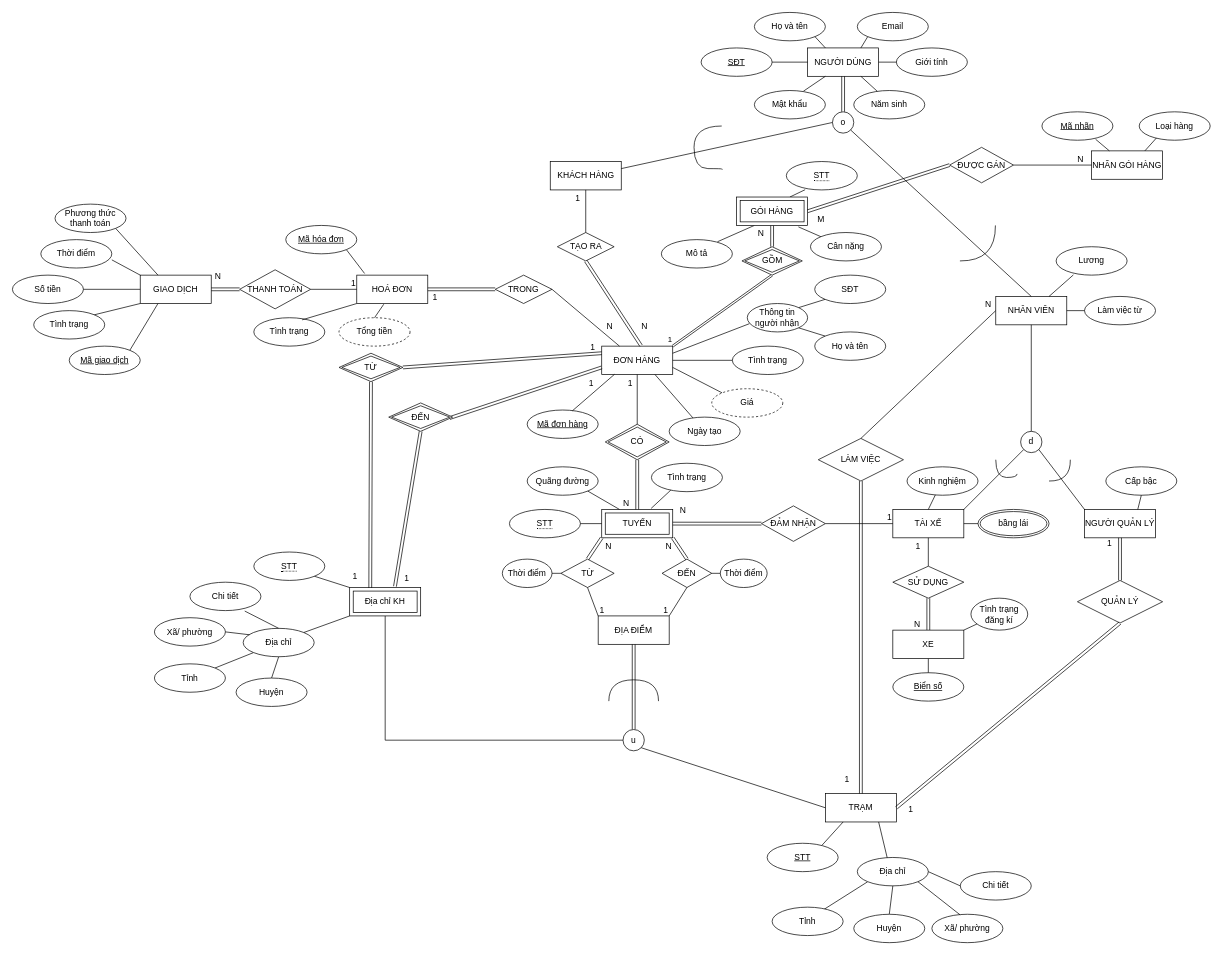
Above: db-assignment.drawio in blueonline07/auth-demo (draw.io), before the change. Source tidied: cells renumbered, new cells numbered last; positions are measured from the earlier drawing's top-left corner, leaving out a move shared by most shapes. Both pictures are drawn from the tidied source at 71%, with x=0, y=0 at pixel (12, 12).
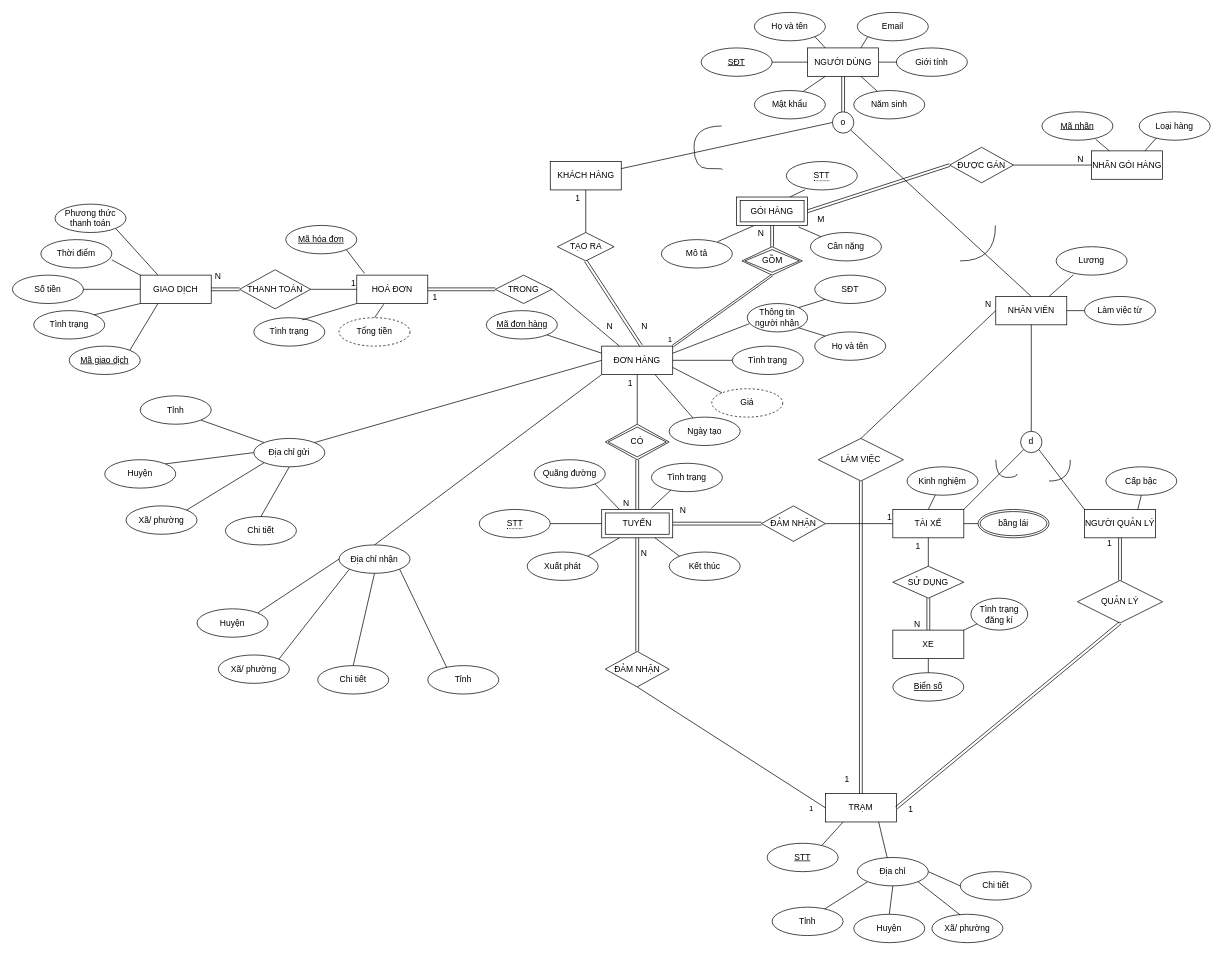
The same diagram, later.

The change refers to these unchanged cells:
```xml
<mxCell id="7" value="ĐƠN HÀNG" style="whiteSpace=wrap;html=1;align=center;" parent="1" vertex="1">
  <mxGeometry x="830" y="470" width="100" height="40" as="geometry" />
</mxCell>
<mxCell id="8" value="TUYẾN" style="shape=ext;margin=3;double=1;whiteSpace=wrap;html=1;align=center;" parent="1" vertex="1">
  <mxGeometry x="830" y="700" width="100" height="40" as="geometry" />
</mxCell>
<mxCell id="10" value="TRẠM" style="whiteSpace=wrap;html=1;align=center;" parent="1" vertex="1">
  <mxGeometry x="1145" y="1100.2" width="100" height="40" as="geometry" />
</mxCell>
```

Diff of the diagram source:
```diff
@@
-    <mxCell id="9" value="ĐỊA ĐIỂM" style="whiteSpace=wrap;html=1;align=center;" parent="1" vertex="1">
-      <mxGeometry x="825" y="850" width="100" height="40" as="geometry" />
-    </mxCell>
@@
-    <mxCell id="15" value="TỪ" style="shape=rhombus;perimeter=rhombusPerimeter;whiteSpace=wrap;html=1;align=center;" parent="1" vertex="1">
-      <mxGeometry x="772.5" y="770" width="75" height="40" as="geometry" />
-    </mxCell>
-    <mxCell id="16" value="ĐẾN" style="shape=rhombus;perimeter=rhombusPerimeter;whiteSpace=wrap;html=1;align=center;" parent="1" vertex="1">
-      <mxGeometry x="915" y="770" width="70" height="40" as="geometry" />
-    </mxCell>
-    <mxCell id="17" style="shape=link;html=1;rounded=0;entryX=0;entryY=1;entryDx=0;entryDy=0;exitX=0.5;exitY=0;exitDx=0;exitDy=0;" parent="1" edge="1" source="15" target="8">
-      <mxGeometry relative="1" as="geometry" />
-    </mxCell>
-    <mxCell id="18" value="N" style="html=1;whiteSpace=wrap;align=right;verticalAlign=bottom;" parent="17" vertex="1">
-      <mxGeometry x="1" relative="1" as="geometry">
-        <mxPoint x="15" y="20" as="offset" />
-      </mxGeometry>
-    </mxCell>
-    <mxCell id="19" style="shape=link;html=1;rounded=0;entryX=1;entryY=1;entryDx=0;entryDy=0;exitX=0.5;exitY=0;exitDx=0;exitDy=0;" parent="1" edge="1" source="16" target="8">
-      <mxGeometry relative="1" as="geometry" />
-    </mxCell>
-    <mxCell id="20" value="N" style="html=1;whiteSpace=wrap;align=right;verticalAlign=bottom;" parent="19" vertex="1">
-      <mxGeometry x="1" relative="1" as="geometry">
-        <mxPoint y="20" as="offset" />
-      </mxGeometry>
-    </mxCell>
-    <mxCell id="21" style="endArrow=none;html=1;rounded=0;entryX=0;entryY=0;entryDx=0;entryDy=0;exitX=0.5;exitY=1;exitDx=0;exitDy=0;" parent="1" edge="1" source="15" target="9">
-      <mxGeometry relative="1" as="geometry" />
-    </mxCell>
-    <mxCell id="22" value="1" style="html=1;whiteSpace=wrap;align=right;verticalAlign=bottom;" parent="21" vertex="1">
-      <mxGeometry x="1" relative="1" as="geometry">
-        <mxPoint x="10" as="offset" />
-      </mxGeometry>
-    </mxCell>
-    <mxCell id="23" style="endArrow=none;html=1;rounded=0;entryX=1;entryY=0;entryDx=0;entryDy=0;exitX=0.5;exitY=1;exitDx=0;exitDy=0;" parent="1" edge="1" source="16" target="9">
-      <mxGeometry relative="1" as="geometry" />
-    </mxCell>
-    <mxCell id="24" value="1" style="html=1;whiteSpace=wrap;align=right;verticalAlign=bottom;" parent="23" vertex="1">
-      <mxGeometry x="1" relative="1" as="geometry" />
-    </mxCell>
@@
-    <mxCell id="58" style="shape=link;html=1;rounded=0;exitX=0.5;exitY=0;exitDx=0;exitDy=0;entryX=0.5;entryY=1;entryDx=0;entryDy=0;" parent="1" edge="1" source="59" target="9">
-      <mxGeometry relative="1" as="geometry" />
-    </mxCell>
-    <mxCell id="59" value="u" style="ellipse;whiteSpace=wrap;html=1;" parent="1" vertex="1">
-      <mxGeometry x="860" y="1010" width="30" height="30" as="geometry" />
-    </mxCell>
-    <mxCell id="60" style="endArrow=none;html=1;rounded=0;entryX=0;entryY=0.5;entryDx=0;entryDy=0;exitX=0.5;exitY=1;exitDx=0;exitDy=0;" parent="1" edge="1" source="126" target="59">
-      <mxGeometry relative="1" as="geometry">
-        <Array as="points">
-          <mxPoint x="525" y="1025" />
-        </Array>
-      </mxGeometry>
-    </mxCell>
-    <mxCell id="61" style="endArrow=none;html=1;rounded=0;entryX=1;entryY=1;entryDx=0;entryDy=0;exitX=0;exitY=0.5;exitDx=0;exitDy=0;" parent="1" edge="1" source="10" target="59">
+    <mxCell id="61" style="endArrow=none;html=1;rounded=0;entryX=0.5;entryY=1;entryDx=0;entryDy=0;exitX=0;exitY=0.5;exitDx=0;exitDy=0;" parent="1" edge="1" source="10" target="207">
       <mxGeometry relative="1" as="geometry" />
     </mxCell>
+    <mxCell id="206" value="1" style="edgeLabel;html=1;align=center;verticalAlign=middle;" parent="61" vertex="1">
+      <mxGeometry x="-0.87" y="3" relative="1" as="geometry">
+        <mxPoint x="-2" y="9" as="offset" />
+      </mxGeometry>
+    </mxCell>
@@
     <mxCell id="77" value="Mã đơn hàng" style="ellipse;whiteSpace=wrap;html=1;align=center;fontStyle=4;" parent="1" vertex="1">
-      <mxGeometry x="725" y="560" width="100" height="40" as="geometry" />
+      <mxGeometry x="667.5" y="420" width="100" height="40" as="geometry" />
     </mxCell>
-    <mxCell id="78" style="endArrow=none;html=1;rounded=0;entryX=0.636;entryY=0.029;entryDx=0;entryDy=0;exitX=0.18;exitY=0.993;exitDx=0;exitDy=0;entryPerimeter=0;exitPerimeter=0;" parent="1" edge="1" source="7" target="77">
+    <mxCell id="78" style="endArrow=none;html=1;rounded=0;entryX=1;entryY=1;entryDx=0;entryDy=0;exitX=0;exitY=0.25;exitDx=0;exitDy=0;" parent="1" edge="1" source="7" target="77">
       <mxGeometry relative="1" as="geometry" />
     </mxCell>
@@
     <mxCell id="95" value="&lt;span style=&quot;border-bottom: 1px dotted&quot;&gt;STT&lt;/span&gt;" style="ellipse;whiteSpace=wrap;html=1;align=center;" parent="1" vertex="1">
-      <mxGeometry x="700" y="700" width="100" height="40" as="geometry" />
+      <mxGeometry x="657.5" y="700" width="100" height="40" as="geometry" />
     </mxCell>
@@
-    <mxCell id="97" value="Thời điểm" style="ellipse;whiteSpace=wrap;html=1;align=center;" parent="1" vertex="1">
-      <mxGeometry x="690" y="770" width="70" height="40" as="geometry" />
-    </mxCell>
-    <mxCell id="98" style="endArrow=none;html=1;rounded=0;entryX=0;entryY=0.5;entryDx=0;entryDy=0;exitX=1;exitY=0.5;exitDx=0;exitDy=0;" parent="1" edge="1" source="97" target="15">
-      <mxGeometry relative="1" as="geometry" />
-    </mxCell>
-    <mxCell id="99" value="Thời điểm" style="ellipse;whiteSpace=wrap;html=1;align=center;" parent="1" vertex="1">
-      <mxGeometry x="997" y="770" width="66" height="40" as="geometry" />
-    </mxCell>
-    <mxCell id="100" style="endArrow=none;html=1;rounded=0;entryX=0;entryY=0.5;entryDx=0;entryDy=0;exitX=1;exitY=0.5;exitDx=0;exitDy=0;" parent="1" edge="1" source="16" target="99">
-      <mxGeometry relative="1" as="geometry" />
-    </mxCell>
@@
-    <mxCell id="112" style="endArrow=none;html=1;rounded=0;entryX=0;entryY=1;entryDx=0;entryDy=0;exitX=1;exitY=0;exitDx=0;exitDy=0;" parent="1" edge="1" source="113" target="115">
-      <mxGeometry relative="1" as="geometry" />
-    </mxCell>
-    <mxCell id="113" value="Tỉnh" style="ellipse;whiteSpace=wrap;html=1;align=center;" parent="1" vertex="1">
-      <mxGeometry x="200" y="917.5" width="100" height="40" as="geometry" />
-    </mxCell>
@@
-    <mxCell id="115" value="Địa chỉ" style="ellipse;whiteSpace=wrap;html=1;align=center;" parent="1" vertex="1">
-      <mxGeometry x="325" y="867.5" width="100" height="40" as="geometry" />
-    </mxCell>
-    <mxCell id="116" style="endArrow=none;html=1;rounded=0;entryX=0.5;entryY=0;entryDx=0;entryDy=0;exitX=0.5;exitY=1;exitDx=0;exitDy=0;" parent="1" edge="1" source="115" target="128">
-      <mxGeometry relative="1" as="geometry" />
-    </mxCell>
@@
     <mxCell id="123" value="Quãng đường" style="ellipse;whiteSpace=wrap;html=1;align=center;" parent="1" vertex="1">
-      <mxGeometry x="725" y="640" width="100" height="40" as="geometry" />
+      <mxGeometry x="735" y="630" width="100" height="40" as="geometry" />
     </mxCell>
@@
-    <mxCell id="126" value="Địa chỉ KH" style="shape=ext;margin=3;double=1;whiteSpace=wrap;html=1;align=center;" parent="1" vertex="1">
-      <mxGeometry x="475" y="810" width="100" height="40" as="geometry" />
-    </mxCell>
@@
-    <mxCell id="128" value="Huyện" style="ellipse;whiteSpace=wrap;html=1;align=center;" parent="1" vertex="1">
-      <mxGeometry x="315" y="937.5" width="100" height="40" as="geometry" />
-    </mxCell>
-    <mxCell id="129" value="Xã/ phường" style="ellipse;whiteSpace=wrap;html=1;align=center;" parent="1" vertex="1">
-      <mxGeometry x="200" y="852.5" width="100" height="40" as="geometry" />
-    </mxCell>
-    <mxCell id="130" style="endArrow=none;html=1;rounded=0;entryX=1;entryY=0.5;entryDx=0;entryDy=0;exitX=0.09;exitY=0.226;exitDx=0;exitDy=0;exitPerimeter=0;" parent="1" edge="1" source="115" target="129">
-      <mxGeometry relative="1" as="geometry" />
-    </mxCell>
-    <mxCell id="131" value="Chi tiết" style="ellipse;whiteSpace=wrap;html=1;align=center;" parent="1" vertex="1">
-      <mxGeometry x="250" y="802.5" width="100" height="40" as="geometry" />
-    </mxCell>
-    <mxCell id="132" style="endArrow=none;html=1;rounded=0;entryX=0.772;entryY=1.016;entryDx=0;entryDy=0;exitX=0.5;exitY=0;exitDx=0;exitDy=0;entryPerimeter=0;" parent="1" edge="1" source="115" target="131">
-      <mxGeometry relative="1" as="geometry" />
-    </mxCell>
@@
-    <mxCell id="142" style="endArrow=none;html=1;rounded=0;edgeStyle=orthogonalEdgeStyle;curved=1;" parent="1" edge="1">
-      <mxGeometry relative="1" as="geometry">
-        <mxPoint x="840" y="970" as="sourcePoint" />
-        <mxPoint x="910" y="970" as="targetPoint" />
-        <Array as="points">
-          <mxPoint x="839.5" y="940" />
-          <mxPoint x="909.5" y="940" />
-        </Array>
-      </mxGeometry>
-    </mxCell>
-    <mxCell id="143" style="shape=link;html=1;rounded=0;exitX=1;exitY=0.5;exitDx=0;exitDy=0;entryX=0;entryY=0.25;entryDx=0;entryDy=0;" parent="1" edge="1" source="199" target="7">
-      <mxGeometry relative="1" as="geometry" />
-    </mxCell>
-    <mxCell id="144" value="1" style="html=1;whiteSpace=wrap;align=right;verticalAlign=bottom;" parent="143" vertex="1">
-      <mxGeometry x="1" relative="1" as="geometry">
-        <mxPoint x="-8" as="offset" />
-      </mxGeometry>
-    </mxCell>
-    <mxCell id="145" style="shape=link;html=1;rounded=0;entryX=0;entryY=0.75;entryDx=0;entryDy=0;exitX=0.951;exitY=0.535;exitDx=0;exitDy=0;exitPerimeter=0;" parent="1" edge="1" source="200" target="7">
-      <mxGeometry relative="1" as="geometry" />
-    </mxCell>
-    <mxCell id="146" value="1" style="html=1;whiteSpace=wrap;align=right;verticalAlign=bottom;" parent="145" vertex="1">
-      <mxGeometry x="1" relative="1" as="geometry">
-        <mxPoint x="-10" y="30" as="offset" />
-      </mxGeometry>
-    </mxCell>
-    <mxCell id="147" style="endArrow=none;html=1;rounded=0;entryX=0;entryY=1;entryDx=0;entryDy=0;exitX=1;exitY=0;exitDx=0;exitDy=0;" parent="1" edge="1" source="115" target="126">
-      <mxGeometry relative="1" as="geometry" />
-    </mxCell>
@@
-    <mxCell id="158" style="shape=link;html=1;rounded=0;exitX=0.5;exitY=1;exitDx=0;exitDy=0;entryX=0.29;entryY=0.013;entryDx=0;entryDy=0;entryPerimeter=0;" parent="1" edge="1" source="199" target="126">
-      <mxGeometry relative="1" as="geometry" />
-    </mxCell>
-    <mxCell id="159" value="1" style="html=1;whiteSpace=wrap;align=right;verticalAlign=bottom;" parent="158" vertex="1">
-      <mxGeometry x="1" relative="1" as="geometry">
-        <mxPoint x="-17" y="-9" as="offset" />
-      </mxGeometry>
-    </mxCell>
-    <mxCell id="160" style="shape=link;html=1;rounded=0;entryX=0.638;entryY=-0.038;entryDx=0;entryDy=0;entryPerimeter=0;exitX=0.5;exitY=1;exitDx=0;exitDy=0;" parent="1" edge="1" source="200" target="126">
-      <mxGeometry relative="1" as="geometry" />
-    </mxCell>
-    <mxCell id="161" value="1" style="html=1;whiteSpace=wrap;align=right;verticalAlign=bottom;" parent="160" vertex="1">
-      <mxGeometry x="1" relative="1" as="geometry">
-        <mxPoint x="21" y="-3" as="offset" />
-      </mxGeometry>
-    </mxCell>
@@
-    <mxCell id="174" value="&lt;span style=&quot;border-bottom: 1px dotted&quot;&gt;STT&lt;/span&gt;" style="ellipse;whiteSpace=wrap;html=1;align=center;" parent="1" vertex="1">
-      <mxGeometry x="340" y="760" width="100" height="40" as="geometry" />
-    </mxCell>
-    <mxCell id="175" style="endArrow=none;html=1;rounded=0;entryX=0;entryY=0;entryDx=0;entryDy=0;exitX=1;exitY=1;exitDx=0;exitDy=0;" parent="1" edge="1" source="174" target="126">
-      <mxGeometry relative="1" as="geometry" />
-    </mxCell>
@@
-    <mxCell id="199" value="TỪ" style="shape=rhombus;double=1;perimeter=rhombusPerimeter;whiteSpace=wrap;html=1;align=center;" parent="1" vertex="1">
-      <mxGeometry x="460" y="480" width="90" height="40" as="geometry" />
-    </mxCell>
-    <mxCell id="200" value="ĐẾN" style="shape=rhombus;double=1;perimeter=rhombusPerimeter;whiteSpace=wrap;html=1;align=center;" parent="1" vertex="1">
-      <mxGeometry x="530" y="550" width="90" height="40" as="geometry" />
-    </mxCell>
@@
+    <mxCell id="207" value="ĐẢM NHẬN" style="shape=rhombus;perimeter=rhombusPerimeter;whiteSpace=wrap;html=1;align=center;" parent="1" vertex="1">
+      <mxGeometry x="835" y="900" width="90" height="50" as="geometry" />
+    </mxCell>
+    <mxCell id="208" style="shape=link;html=1;rounded=0;entryX=0.5;entryY=0;entryDx=0;entryDy=0;exitX=0.5;exitY=1;exitDx=0;exitDy=0;" parent="1" edge="1" source="8" target="207">
+      <mxGeometry relative="1" as="geometry" />
+    </mxCell>
+    <mxCell id="209" value="N" style="html=1;whiteSpace=wrap;align=right;verticalAlign=bottom;" parent="208" vertex="1">
+      <mxGeometry x="1" relative="1" as="geometry">
+        <mxPoint x="15" y="-130" as="offset" />
+      </mxGeometry>
+    </mxCell>
+    <mxCell id="210" value="Xuất phát" style="ellipse;whiteSpace=wrap;html=1;align=center;" parent="1" vertex="1">
+      <mxGeometry x="725" y="760" width="100" height="40" as="geometry" />
+    </mxCell>
+    <mxCell id="211" value="Kết thúc" style="ellipse;whiteSpace=wrap;html=1;align=center;" parent="1" vertex="1">
+      <mxGeometry x="925" y="760" width="100" height="40" as="geometry" />
+    </mxCell>
+    <mxCell id="212" style="endArrow=none;html=1;rounded=0;entryX=0.25;entryY=1;entryDx=0;entryDy=0;exitX=1;exitY=0;exitDx=0;exitDy=0;" parent="1" edge="1" source="210" target="8">
+      <mxGeometry relative="1" as="geometry" />
+    </mxCell>
+    <mxCell id="213" style="endArrow=none;html=1;rounded=0;exitX=0;exitY=0;exitDx=0;exitDy=0;entryX=0.75;entryY=1;entryDx=0;entryDy=0;" parent="1" edge="1" source="211" target="8">
+      <mxGeometry relative="1" as="geometry" />
+    </mxCell>
+    <mxCell id="214" style="endArrow=none;html=1;rounded=0;entryX=0;entryY=0;entryDx=0;entryDy=0;exitX=1;exitY=1;exitDx=0;exitDy=0;" parent="1" edge="1" source="222" target="215">
+      <mxGeometry relative="1" as="geometry" />
+    </mxCell>
+    <mxCell id="215" value="Địa chỉ gửi" style="ellipse;whiteSpace=wrap;html=1;align=center;" parent="1" vertex="1">
+      <mxGeometry x="340" y="600" width="100" height="40" as="geometry" />
+    </mxCell>
+    <mxCell id="216" style="endArrow=none;html=1;rounded=0;entryX=1;entryY=0;entryDx=0;entryDy=0;exitX=0;exitY=0.5;exitDx=0;exitDy=0;" parent="1" edge="1" source="215" target="217">
+      <mxGeometry relative="1" as="geometry" />
+    </mxCell>
+    <mxCell id="217" value="Huyện" style="ellipse;whiteSpace=wrap;html=1;align=center;" parent="1" vertex="1">
+      <mxGeometry x="130" y="630" width="100" height="40" as="geometry" />
+    </mxCell>
+    <mxCell id="218" value="Xã/ phường" style="ellipse;whiteSpace=wrap;html=1;align=center;" parent="1" vertex="1">
+      <mxGeometry x="160" y="695" width="100" height="40" as="geometry" />
+    </mxCell>
+    <mxCell id="219" style="endArrow=none;html=1;rounded=0;entryX=1;entryY=0;entryDx=0;entryDy=0;exitX=0;exitY=1;exitDx=0;exitDy=0;" parent="1" edge="1" source="215" target="218">
+      <mxGeometry relative="1" as="geometry" />
+    </mxCell>
+    <mxCell id="220" value="Chi tiết" style="ellipse;whiteSpace=wrap;html=1;align=center;" parent="1" vertex="1">
+      <mxGeometry x="300" y="710" width="100" height="40" as="geometry" />
+    </mxCell>
+    <mxCell id="221" style="endArrow=none;html=1;rounded=0;entryX=0.5;entryY=0;entryDx=0;entryDy=0;exitX=0.5;exitY=1;exitDx=0;exitDy=0;" parent="1" edge="1" source="215" target="220">
+      <mxGeometry relative="1" as="geometry" />
+    </mxCell>
+    <mxCell id="222" value="Tỉnh" style="ellipse;whiteSpace=wrap;html=1;align=center;" parent="1" vertex="1">
+      <mxGeometry x="180" y="540" width="100" height="40" as="geometry" />
+    </mxCell>
+    <mxCell id="223" style="endArrow=none;html=1;rounded=0;entryX=1;entryY=1;entryDx=0;entryDy=0;exitX=0.293;exitY=0.2;exitDx=0;exitDy=0;exitPerimeter=0;" parent="1" edge="1" source="231" target="224">
+      <mxGeometry relative="1" as="geometry" />
+    </mxCell>
+    <mxCell id="224" value="Địa chỉ nhận" style="ellipse;whiteSpace=wrap;html=1;align=center;" parent="1" vertex="1">
+      <mxGeometry x="460" y="750" width="100" height="40" as="geometry" />
+    </mxCell>
+    <mxCell id="225" style="endArrow=none;html=1;rounded=0;entryX=1;entryY=0;entryDx=0;entryDy=0;exitX=0;exitY=0.5;exitDx=0;exitDy=0;" parent="1" edge="1" source="224" target="226">
+      <mxGeometry relative="1" as="geometry" />
+    </mxCell>
+    <mxCell id="226" value="Huyện" style="ellipse;whiteSpace=wrap;html=1;align=center;" parent="1" vertex="1">
+      <mxGeometry x="260" y="840" width="100" height="40" as="geometry" />
+    </mxCell>
+    <mxCell id="227" value="Xã/ phường" style="ellipse;whiteSpace=wrap;html=1;align=center;" parent="1" vertex="1">
+      <mxGeometry x="290" y="905" width="100" height="40" as="geometry" />
+    </mxCell>
+    <mxCell id="228" style="endArrow=none;html=1;rounded=0;entryX=1;entryY=0;entryDx=0;entryDy=0;exitX=0;exitY=1;exitDx=0;exitDy=0;" parent="1" edge="1" source="224" target="227">
+      <mxGeometry relative="1" as="geometry" />
+    </mxCell>
+    <mxCell id="229" value="Chi tiết" style="ellipse;whiteSpace=wrap;html=1;align=center;" parent="1" vertex="1">
+      <mxGeometry x="430" y="920" width="100" height="40" as="geometry" />
+    </mxCell>
+    <mxCell id="230" style="endArrow=none;html=1;rounded=0;entryX=0.5;entryY=0;entryDx=0;entryDy=0;exitX=0.5;exitY=1;exitDx=0;exitDy=0;" parent="1" edge="1" source="224" target="229">
+      <mxGeometry relative="1" as="geometry" />
+    </mxCell>
+    <mxCell id="231" value="Tỉnh" style="ellipse;whiteSpace=wrap;html=1;align=center;" parent="1" vertex="1">
+      <mxGeometry x="585" y="920" width="100" height="40" as="geometry" />
+    </mxCell>
+    <mxCell id="232" style="endArrow=none;html=1;rounded=0;entryX=1;entryY=0;entryDx=0;entryDy=0;exitX=0;exitY=0.5;exitDx=0;exitDy=0;" parent="1" edge="1" source="7" target="215">
+      <mxGeometry relative="1" as="geometry" />
+    </mxCell>
+    <mxCell id="233" style="endArrow=none;html=1;rounded=0;entryX=0.5;entryY=0;entryDx=0;entryDy=0;exitX=0;exitY=1;exitDx=0;exitDy=0;" parent="1" edge="1" source="7" target="224">
+      <mxGeometry relative="1" as="geometry" />
+    </mxCell>
```
